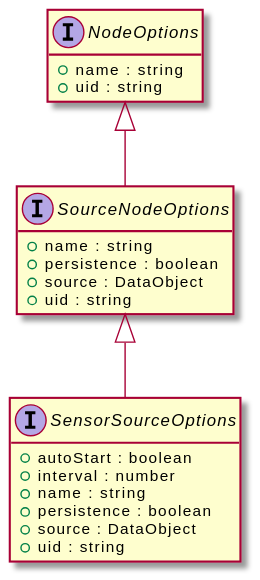
This is assets/SourceNodeOptions-umlClassDiagram-10201.svg from OpenHPS/openhps-core, a PlantUML export, as it was before one commit.
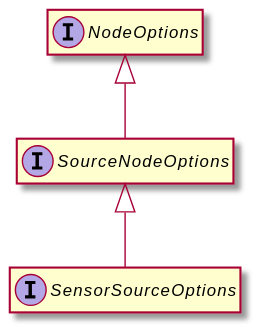
Above is the later version.

Diff of the diagram source:
```diff
@@ -3,23 +3,11 @@
 hide empty methods
 hide empty fields
 interface "SourceNodeOptions" {
-    +name : string
-    +persistence : boolean
-    +source : DataObject
-    +uid : string
 }
 interface "NodeOptions" {
-    +name : string
-    +uid : string
 }
 "NodeOptions" <|-- "SourceNodeOptions"
 interface "SensorSourceOptions" {
-    +autoStart : boolean
-    +interval : number
-    +name : string
-    +persistence : boolean
-    +source : DataObject
-    +uid : string
 }
 "SourceNodeOptions" <|-- "SensorSourceOptions"
 @enduml
```
